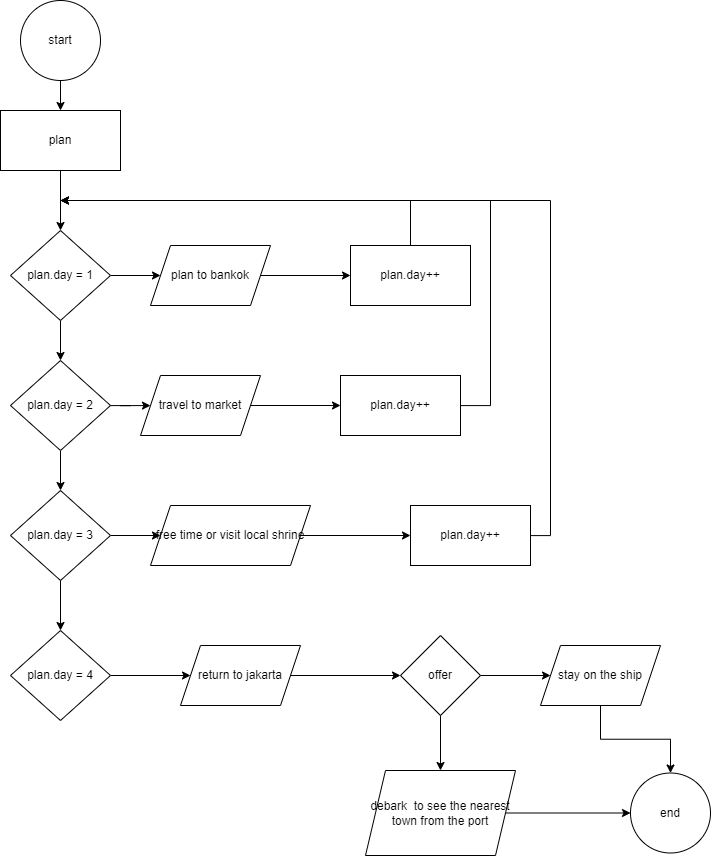
km-neuron/algorithm-assignment keeps this draw.io diagram as algorithm-challenging/algo.png. Above is the earlier version. Source tidied: cells renumbered, new cells last; positions are measured from the earlier drawing's top-left corner, leaving out a move shared by most shapes. Its diagram source:
```xml
<mxGraphModel>
  <root>
    <mxCell id="0" />
    <mxCell id="1" parent="0" />
    <mxCell id="2" style="edgeStyle=orthogonalEdgeStyle;rounded=0;jettySize=auto;html=1;" parent="1" edge="1" source="3" target="8">
      <mxGeometry relative="1" as="geometry" />
    </mxCell>
    <mxCell id="3" value="start" style="ellipse;whiteSpace=wrap;html=1;" parent="1" vertex="1">
      <mxGeometry x="20" width="80" height="80" as="geometry" />
    </mxCell>
    <mxCell id="4" style="edgeStyle=orthogonalEdgeStyle;rounded=0;jettySize=auto;html=1;" parent="1" edge="1" target="7">
      <mxGeometry relative="1" as="geometry">
        <mxPoint x="60" y="170" as="sourcePoint" />
      </mxGeometry>
    </mxCell>
    <mxCell id="5" style="edgeStyle=orthogonalEdgeStyle;rounded=0;jettySize=auto;html=1;" parent="1" edge="1" source="7" target="10">
      <mxGeometry relative="1" as="geometry" />
    </mxCell>
    <mxCell id="6" style="edgeStyle=orthogonalEdgeStyle;rounded=0;jettySize=auto;html=1;" parent="1" edge="1" source="7" target="15">
      <mxGeometry relative="1" as="geometry" />
    </mxCell>
    <mxCell id="7" value="plan.day = 1" style="rhombus;whiteSpace=wrap;html=1;" parent="1" vertex="1">
      <mxGeometry x="10" y="230" width="100" height="90" as="geometry" />
    </mxCell>
    <mxCell id="8" value="plan" style="whiteSpace=wrap;html=1;" parent="1" vertex="1">
      <mxGeometry y="110" width="120" height="60" as="geometry" />
    </mxCell>
    <mxCell id="9" style="edgeStyle=orthogonalEdgeStyle;rounded=0;jettySize=auto;html=1;" parent="1" edge="1" source="10" target="12">
      <mxGeometry relative="1" as="geometry" />
    </mxCell>
    <mxCell id="10" value="plan to bankok" style="shape=parallelogram;perimeter=parallelogramPerimeter;whiteSpace=wrap;html=1;fixedSize=1;" parent="1" vertex="1">
      <mxGeometry x="150" y="245" width="120" height="60" as="geometry" />
    </mxCell>
    <mxCell id="11" style="edgeStyle=orthogonalEdgeStyle;rounded=0;jettySize=auto;html=1;" parent="1" edge="1" source="12">
      <mxGeometry relative="1" as="geometry">
        <mxPoint x="60" y="200" as="targetPoint" />
        <Array as="points">
          <mxPoint x="410" y="200" />
        </Array>
      </mxGeometry>
    </mxCell>
    <mxCell id="12" value="plan.day++" style="whiteSpace=wrap;html=1;" parent="1" vertex="1">
      <mxGeometry x="350" y="245" width="120" height="60" as="geometry" />
    </mxCell>
    <mxCell id="13" style="edgeStyle=orthogonalEdgeStyle;rounded=0;jettySize=auto;html=1;" parent="1" edge="1" source="15" target="17">
      <mxGeometry relative="1" as="geometry" />
    </mxCell>
    <mxCell id="14" style="edgeStyle=orthogonalEdgeStyle;rounded=0;jettySize=auto;html=1;" parent="1" edge="1" source="15" target="22">
      <mxGeometry relative="1" as="geometry" />
    </mxCell>
    <mxCell id="15" value="plan.day = 2" style="rhombus;whiteSpace=wrap;html=1;" parent="1" vertex="1">
      <mxGeometry x="10" y="360" width="100" height="90" as="geometry" />
    </mxCell>
    <mxCell id="16" style="edgeStyle=orthogonalEdgeStyle;rounded=0;jettySize=auto;html=1;" parent="1" edge="1" source="17" target="19">
      <mxGeometry relative="1" as="geometry" />
    </mxCell>
    <mxCell id="17" value="travel to market" style="shape=parallelogram;perimeter=parallelogramPerimeter;whiteSpace=wrap;html=1;fixedSize=1;" parent="1" vertex="1">
      <mxGeometry x="140" y="375" width="120" height="60" as="geometry" />
    </mxCell>
    <mxCell id="18" style="edgeStyle=orthogonalEdgeStyle;rounded=0;jettySize=auto;html=1;" parent="1" edge="1" source="19">
      <mxGeometry relative="1" as="geometry">
        <mxPoint x="60" y="200" as="targetPoint" />
        <Array as="points">
          <mxPoint x="490" y="405" />
          <mxPoint x="490" y="200" />
        </Array>
      </mxGeometry>
    </mxCell>
    <mxCell id="19" value="plan.day++" style="whiteSpace=wrap;html=1;" parent="1" vertex="1">
      <mxGeometry x="340" y="375" width="120" height="60" as="geometry" />
    </mxCell>
    <mxCell id="20" style="edgeStyle=orthogonalEdgeStyle;rounded=0;jettySize=auto;html=1;" parent="1" edge="1" source="22" target="24">
      <mxGeometry relative="1" as="geometry" />
    </mxCell>
    <mxCell id="21" style="edgeStyle=orthogonalEdgeStyle;rounded=0;jettySize=auto;html=1;" parent="1" edge="1" source="22" target="28">
      <mxGeometry relative="1" as="geometry" />
    </mxCell>
    <mxCell id="22" value="plan.day = 3" style="rhombus;whiteSpace=wrap;html=1;" parent="1" vertex="1">
      <mxGeometry x="10" y="490" width="100" height="90" as="geometry" />
    </mxCell>
    <mxCell id="23" style="edgeStyle=orthogonalEdgeStyle;rounded=0;jettySize=auto;html=1;" parent="1" edge="1" source="24" target="26">
      <mxGeometry relative="1" as="geometry" />
    </mxCell>
    <mxCell id="24" value="free time or visit local shrine" style="shape=parallelogram;perimeter=parallelogramPerimeter;whiteSpace=wrap;html=1;fixedSize=1;" parent="1" vertex="1">
      <mxGeometry x="150" y="505" width="160" height="60" as="geometry" />
    </mxCell>
    <mxCell id="25" style="edgeStyle=orthogonalEdgeStyle;rounded=0;jettySize=auto;html=1;" parent="1" edge="1" source="26">
      <mxGeometry relative="1" as="geometry">
        <mxPoint x="60" y="200" as="targetPoint" />
        <Array as="points">
          <mxPoint x="550" y="535" />
          <mxPoint x="550" y="200" />
        </Array>
      </mxGeometry>
    </mxCell>
    <mxCell id="26" value="plan.day++" style="whiteSpace=wrap;html=1;" parent="1" vertex="1">
      <mxGeometry x="410" y="505" width="120" height="60" as="geometry" />
    </mxCell>
    <mxCell id="27" style="edgeStyle=orthogonalEdgeStyle;rounded=0;jettySize=auto;html=1;" parent="1" edge="1" source="28" target="30">
      <mxGeometry relative="1" as="geometry" />
    </mxCell>
    <mxCell id="28" value="plan.day = 4" style="rhombus;whiteSpace=wrap;html=1;" parent="1" vertex="1">
      <mxGeometry x="10" y="630" width="100" height="90" as="geometry" />
    </mxCell>
    <mxCell id="29" style="edgeStyle=orthogonalEdgeStyle;rounded=0;jettySize=auto;html=1;" parent="1" edge="1" source="30" target="33">
      <mxGeometry relative="1" as="geometry" />
    </mxCell>
    <mxCell id="30" value="return to jakarta" style="shape=parallelogram;perimeter=parallelogramPerimeter;whiteSpace=wrap;html=1;fixedSize=1;" parent="1" vertex="1">
      <mxGeometry x="180" y="645" width="120" height="60" as="geometry" />
    </mxCell>
    <mxCell id="31" style="edgeStyle=orthogonalEdgeStyle;rounded=0;jettySize=auto;html=1;" parent="1" edge="1" source="33" target="35">
      <mxGeometry relative="1" as="geometry" />
    </mxCell>
    <mxCell id="32" style="edgeStyle=orthogonalEdgeStyle;rounded=0;jettySize=auto;html=1;" parent="1" edge="1" source="33" target="37">
      <mxGeometry relative="1" as="geometry" />
    </mxCell>
    <mxCell id="33" value="offer" style="rhombus;whiteSpace=wrap;html=1;" parent="1" vertex="1">
      <mxGeometry x="400" y="635" width="80" height="80" as="geometry" />
    </mxCell>
    <mxCell id="34" style="edgeStyle=orthogonalEdgeStyle;rounded=0;jettySize=auto;html=1;" parent="1" edge="1" source="35" target="38">
      <mxGeometry relative="1" as="geometry" />
    </mxCell>
    <mxCell id="35" value="stay on the ship" style="shape=parallelogram;perimeter=parallelogramPerimeter;whiteSpace=wrap;html=1;fixedSize=1;" parent="1" vertex="1">
      <mxGeometry x="540" y="645" width="120" height="60" as="geometry" />
    </mxCell>
    <mxCell id="36" style="edgeStyle=orthogonalEdgeStyle;rounded=0;jettySize=auto;html=1;" parent="1" edge="1" source="37" target="38">
      <mxGeometry relative="1" as="geometry" />
    </mxCell>
    <mxCell id="37" value="debark&amp;nbsp;&amp;nbsp;to see the nearest town from the port" style="shape=parallelogram;perimeter=parallelogramPerimeter;whiteSpace=wrap;html=1;fixedSize=1;" parent="1" vertex="1">
      <mxGeometry x="365" y="770" width="150" height="85" as="geometry" />
    </mxCell>
    <mxCell id="38" value="end" style="ellipse;whiteSpace=wrap;html=1;" parent="1" vertex="1">
      <mxGeometry x="630" y="772.5" width="80" height="80" as="geometry" />
    </mxCell>
  </root>
</mxGraphModel>
```
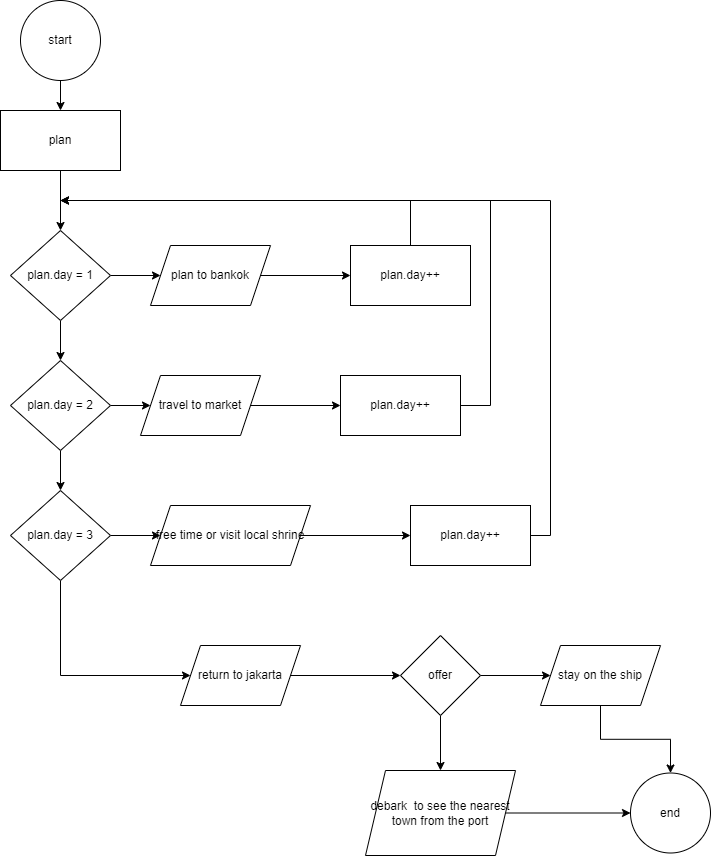
The same file after the commit.

What changed in the source:
```diff
@@ -72,9 +72,13 @@
     <mxCell id="20" style="edgeStyle=orthogonalEdgeStyle;rounded=0;jettySize=auto;html=1;" parent="1" edge="1" source="22" target="24">
       <mxGeometry relative="1" as="geometry" />
     </mxCell>
-    <mxCell id="21" style="edgeStyle=orthogonalEdgeStyle;rounded=0;jettySize=auto;html=1;" parent="1" edge="1" source="22" target="28">
-      <mxGeometry relative="1" as="geometry" />
-    </mxCell>
+    <mxCell id="39" style="edgeStyle=orthogonalEdgeStyle;rounded=0;jettySize=auto;html=1;entryX=0;entryY=0.5;entryDx=0;entryDy=0;" parent="1" edge="1" source="22" target="30">
+      <mxGeometry relative="1" as="geometry">
+        <Array as="points">
+          <mxPoint x="60" y="675" />
+        </Array>
+      </mxGeometry>
+    </mxCell>
     <mxCell id="22" value="plan.day = 3" style="rhombus;whiteSpace=wrap;html=1;" parent="1" vertex="1">
       <mxGeometry x="10" y="490" width="100" height="90" as="geometry" />
     </mxCell>
@@ -96,12 +100,6 @@
     <mxCell id="26" value="plan.day++" style="whiteSpace=wrap;html=1;" parent="1" vertex="1">
       <mxGeometry x="410" y="505" width="120" height="60" as="geometry" />
     </mxCell>
-    <mxCell id="27" style="edgeStyle=orthogonalEdgeStyle;rounded=0;jettySize=auto;html=1;" parent="1" edge="1" source="28" target="30">
-      <mxGeometry relative="1" as="geometry" />
-    </mxCell>
-    <mxCell id="28" value="plan.day = 4" style="rhombus;whiteSpace=wrap;html=1;" parent="1" vertex="1">
-      <mxGeometry x="10" y="630" width="100" height="90" as="geometry" />
-    </mxCell>
     <mxCell id="29" style="edgeStyle=orthogonalEdgeStyle;rounded=0;jettySize=auto;html=1;" parent="1" edge="1" source="30" target="33">
       <mxGeometry relative="1" as="geometry" />
     </mxCell>
```
